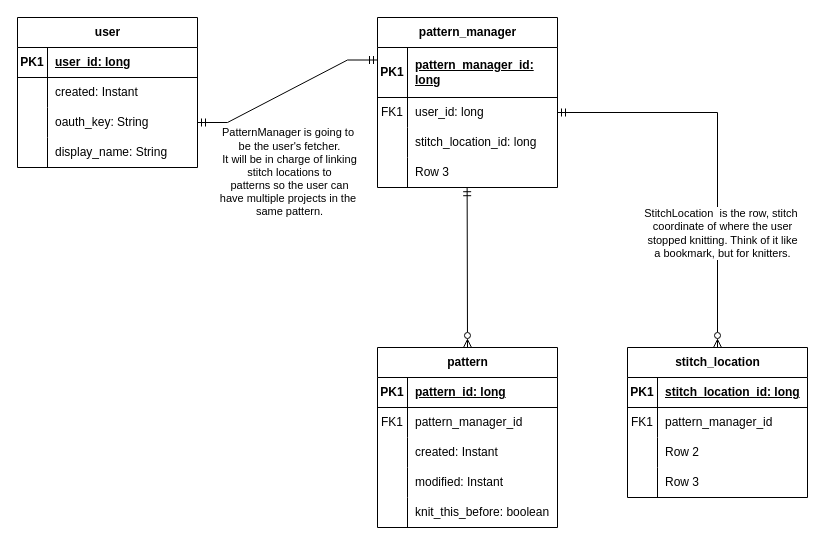
Before: work/erd.drawio in ddc-java-17/sereknitty-thedaniellescott, a draw.io diagram. Source tidied: cells renumbered, new cells numbered last; positions are measured from the earlier drawing's top-left corner, leaving out a move shared by most shapes. Both pictures are drawn from the tidied source at 100%, with x=0, y=0 at pixel (17, -43).
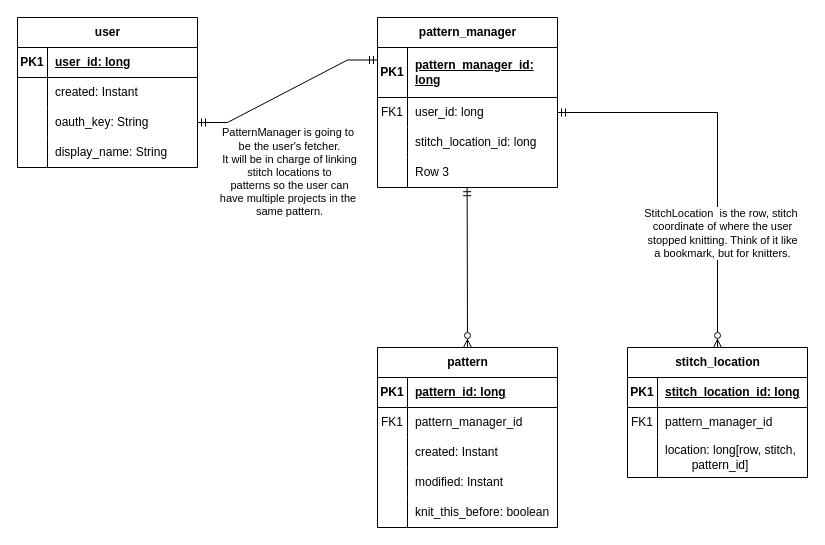
The same page after the edit.

Commit message (it also covers changes not shown here):
Implemented StitchLocation entity.

What changed in the source:
```diff
@@
     <mxCell id="47" value="stitch_location" style="shape=table;startSize=30;childLayout=tableLayout;rowLines=0;fontStyle=1;align=center;html=1;" parent="1" vertex="1">
-      <mxGeometry x="610" y="390" width="180" height="150" as="geometry" />
+      <mxGeometry x="610" y="390" width="180" height="130" as="geometry" />
     </mxCell>
@@
     <mxCell id="54" style="shape=tableRow;horizontal=0;startSize=0;swimlaneHead=0;swimlaneBody=0;fillColor=none;top=0;left=0;right=0;bottom=0;" parent="47" vertex="1">
-      <mxGeometry y="90" width="180" height="30" as="geometry" />
+      <mxGeometry y="90" width="180" height="40" as="geometry" />
     </mxCell>
     <mxCell id="55" style="shape=partialRectangle;fillColor=none;top=0;left=0;bottom=0;right=0;overflow=hidden;whiteSpace=wrap;html=1;" parent="54" vertex="1">
-      <mxGeometry width="30" height="30" as="geometry" />
+      <mxGeometry width="30" height="40" as="geometry" />
     </mxCell>
-    <mxCell id="56" value="Row 2" style="shape=partialRectangle;fillColor=none;top=0;left=0;bottom=0;right=0;align=left;spacingLeft=6;overflow=hidden;whiteSpace=wrap;html=1;" parent="54" vertex="1">
-      <mxGeometry x="30" width="150" height="30" as="geometry" />
+    <mxCell id="56" value="location: long[row, stitch,&lt;br&gt;&lt;span style=&quot;white-space: pre;&quot;&gt;&#9;&lt;/span&gt;pattern_id]" style="shape=partialRectangle;fillColor=none;top=0;left=0;bottom=0;right=0;align=left;spacingLeft=6;overflow=hidden;whiteSpace=wrap;html=1;" parent="54" vertex="1">
+      <mxGeometry x="30" width="150" height="40" as="geometry" />
     </mxCell>
-    <mxCell id="57" style="shape=tableRow;horizontal=0;startSize=0;swimlaneHead=0;swimlaneBody=0;fillColor=none;top=0;left=0;right=0;bottom=0;" parent="47" vertex="1">
-      <mxGeometry y="120" width="180" height="30" as="geometry" />
-    </mxCell>
-    <mxCell id="58" style="shape=partialRectangle;fillColor=none;top=0;left=0;bottom=0;right=0;overflow=hidden;whiteSpace=wrap;html=1;" parent="57" vertex="1">
-      <mxGeometry width="30" height="30" as="geometry" />
-    </mxCell>
-    <mxCell id="59" value="Row 3" style="shape=partialRectangle;fillColor=none;top=0;left=0;bottom=0;right=0;align=left;spacingLeft=6;overflow=hidden;whiteSpace=wrap;html=1;" parent="57" vertex="1">
-      <mxGeometry x="30" width="150" height="30" as="geometry" />
-    </mxCell>
```
